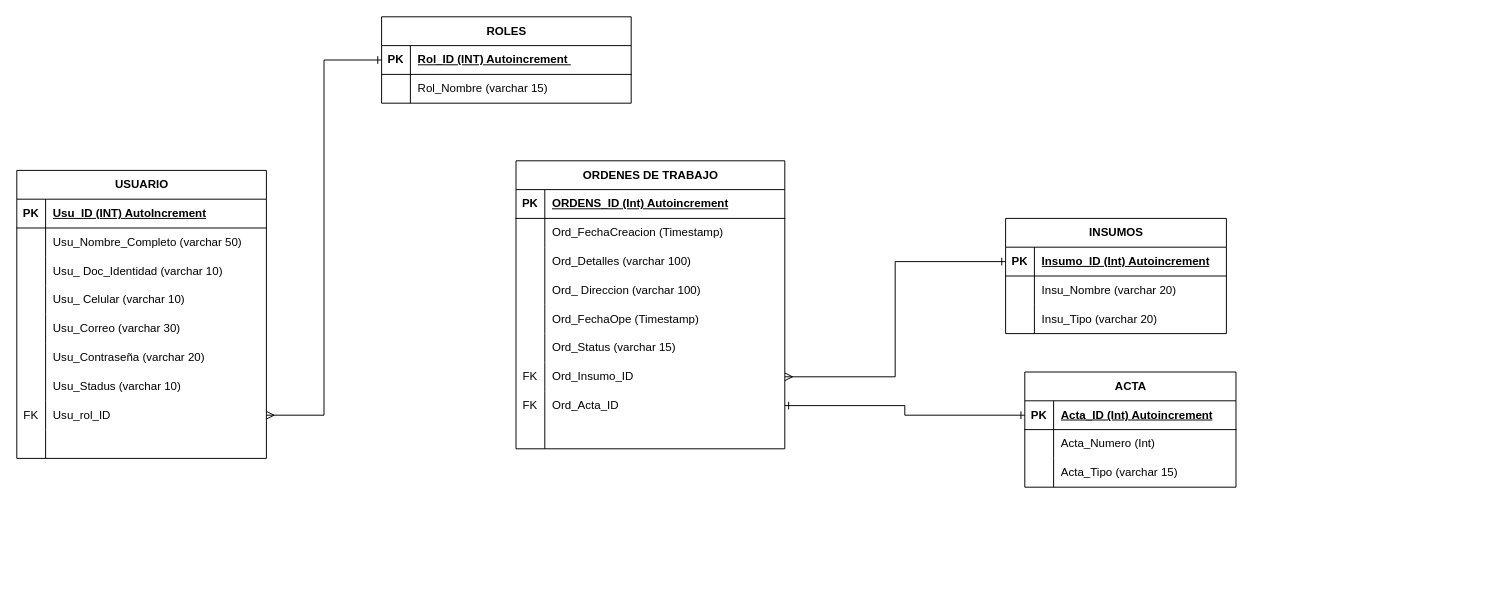
Above: MODELO FISICO BASE DE DATOS.drawio in Jottapar/Curso (draw.io), before the change. Source tidied: cells renumbered, new cells numbered last; positions are measured from the earlier drawing's top-left corner, leaving out a move shared by most shapes. Both pictures are drawn from the tidied source at 96%, with x=0, y=0 at pixel (16, 16).
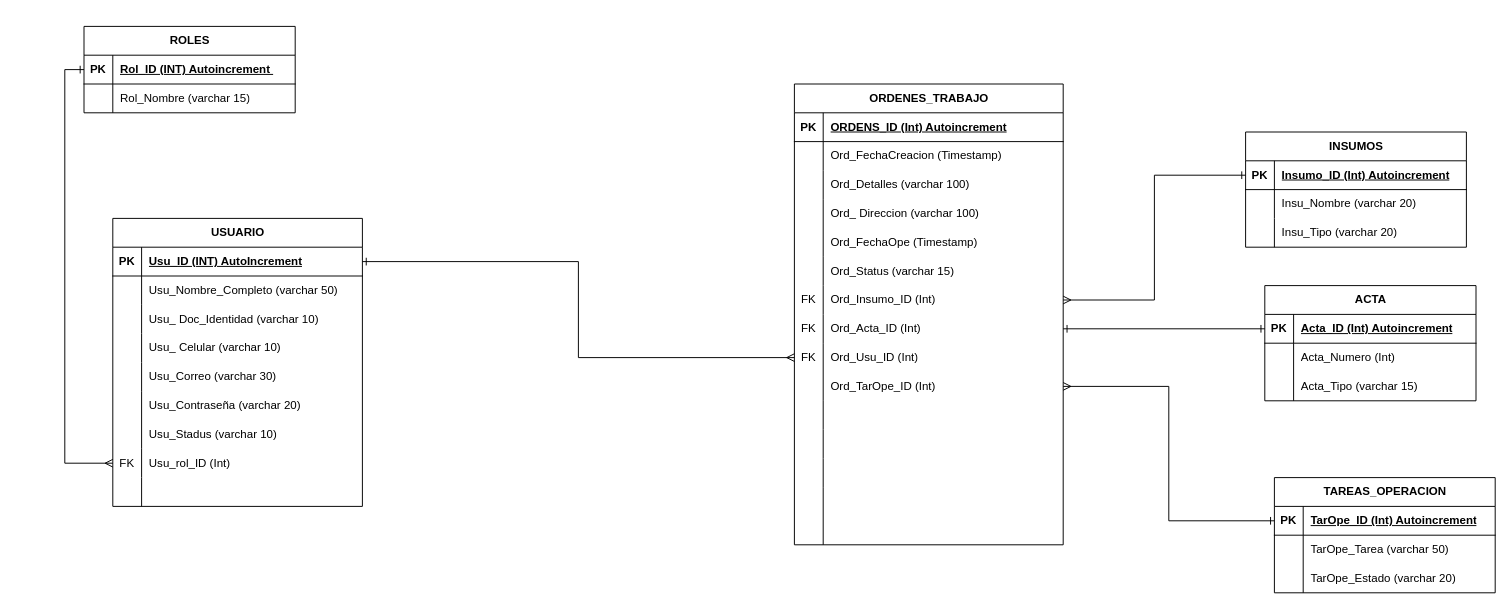
After the change.

The change refers to these unchanged cells:
```xml
<mxCell id="3" style="shape=tableRow;horizontal=0;startSize=0;swimlaneHead=0;swimlaneBody=0;fillColor=none;points=[[0,0.5],[1,0.5]];portConstraint=eastwest;top=0;left=0;right=0;bottom=1;" parent="2" vertex="1">
  <mxGeometry y="30" width="260" height="30" as="geometry" />
</mxCell>
<mxCell id="24" style="shape=tableRow;horizontal=0;startSize=0;swimlaneHead=0;swimlaneBody=0;fillColor=none;points=[[0,0.5],[1,0.5]];portConstraint=eastwest;top=0;left=0;right=0;bottom=0;" parent="2" vertex="1">
  <mxGeometry y="240" width="260" height="30" as="geometry" />
</mxCell>
<mxCell id="57" style="shape=tableRow;horizontal=0;startSize=0;swimlaneHead=0;swimlaneBody=0;fillColor=none;points=[[0,0.5],[1,0.5]];portConstraint=eastwest;top=0;left=0;right=0;bottom=0;" parent="38" vertex="1">
  <mxGeometry y="210" width="280" height="30" as="geometry" />
</mxCell>
<mxCell id="60" style="shape=tableRow;horizontal=0;startSize=0;swimlaneHead=0;swimlaneBody=0;fillColor=none;points=[[0,0.5],[1,0.5]];portConstraint=eastwest;top=0;left=0;right=0;bottom=0;" parent="38" vertex="1">
  <mxGeometry y="240" width="280" height="30" as="geometry" />
</mxCell>
<mxCell id="63" style="shape=tableRow;horizontal=0;startSize=0;swimlaneHead=0;swimlaneBody=0;fillColor=none;points=[[0,0.5],[1,0.5]];portConstraint=eastwest;top=0;left=0;right=0;bottom=0;" parent="38" vertex="1">
  <mxGeometry y="270" width="280" height="30" as="geometry" />
</mxCell>
```

What changed in the source:
```diff
@@
     <mxCell id="2" value="USUARIO" style="shape=table;startSize=30;childLayout=tableLayout;rowLines=0;fontStyle=1;align=center;html=1;" parent="1" vertex="1">
-      <mxGeometry y="160" width="260" height="300" as="geometry" />
+      <mxGeometry x="100" y="210" width="260" height="300" as="geometry" />
     </mxCell>
@@
-    <mxCell id="26" value="Usu_rol_ID" style="shape=partialRectangle;fillColor=none;top=0;left=0;bottom=0;right=0;align=left;spacingLeft=6;overflow=hidden;whiteSpace=wrap;html=1;" parent="24" vertex="1">
+    <mxCell id="26" value="Usu_rol_ID (Int)" style="shape=partialRectangle;fillColor=none;top=0;left=0;bottom=0;right=0;align=left;spacingLeft=6;overflow=hidden;whiteSpace=wrap;html=1;" parent="24" vertex="1">
       <mxGeometry x="30" width="230" height="30" as="geometry" />
     </mxCell>
@@
     <mxCell id="30" value="ROLES" style="shape=table;startSize=30;childLayout=tableLayout;rowLines=0;fontStyle=1;align=center;html=1;" parent="1" vertex="1">
-      <mxGeometry x="380" width="260" height="90" as="geometry" />
+      <mxGeometry x="70" y="10" width="220" height="90" as="geometry" />
     </mxCell>
     <mxCell id="31" style="shape=tableRow;horizontal=0;startSize=0;swimlaneHead=0;swimlaneBody=0;fillColor=none;points=[[0,0.5],[1,0.5]];portConstraint=eastwest;top=0;left=0;right=0;bottom=1;" parent="30" vertex="1">
-      <mxGeometry y="30" width="260" height="30" as="geometry" />
+      <mxGeometry y="30" width="220" height="30" as="geometry" />
     </mxCell>
@@
     <mxCell id="33" value="Rol_ID (INT) Autoincrement&amp;nbsp;" style="shape=partialRectangle;fillColor=none;top=0;left=0;bottom=0;right=0;align=left;spacingLeft=6;fontStyle=5;overflow=hidden;whiteSpace=wrap;html=1;" parent="31" vertex="1">
-      <mxGeometry x="30" width="230" height="30" as="geometry" />
+      <mxGeometry x="30" width="190" height="30" as="geometry" />
     </mxCell>
     <mxCell id="34" style="shape=tableRow;horizontal=0;startSize=0;swimlaneHead=0;swimlaneBody=0;fillColor=none;top=0;left=0;right=0;bottom=0;" parent="30" vertex="1">
-      <mxGeometry y="60" width="260" height="30" as="geometry" />
+      <mxGeometry y="60" width="220" height="30" as="geometry" />
     </mxCell>
@@
     <mxCell id="36" value="Rol_Nombre (varchar 15)" style="shape=partialRectangle;fillColor=none;top=0;left=0;bottom=0;right=0;align=left;spacingLeft=6;overflow=hidden;whiteSpace=wrap;html=1;" parent="34" vertex="1">
-      <mxGeometry x="30" width="230" height="30" as="geometry" />
+      <mxGeometry x="30" width="190" height="30" as="geometry" />
     </mxCell>
-    <mxCell id="37" style="edgeStyle=orthogonalEdgeStyle;rounded=0;jettySize=auto;html=1;entryX=0;entryY=0.5;entryDx=0;entryDy=0;endArrow=ERone;endFill=0;startArrow=ERmany;startFill=0;" parent="1" edge="1" source="24" target="31">
+    <mxCell id="37" style="edgeStyle=orthogonalEdgeStyle;rounded=0;jettySize=auto;html=1;entryX=0;entryY=0.5;entryDx=0;entryDy=0;endArrow=ERone;endFill=0;startArrow=ERmany;startFill=0;exitX=0;exitY=0.5;exitDx=0;exitDy=0;" parent="1" edge="1" source="24" target="31">
       <mxGeometry relative="1" as="geometry" />
     </mxCell>
-    <mxCell id="38" value="ORDENES DE TRABAJO" style="shape=table;startSize=30;childLayout=tableLayout;rowLines=0;fontStyle=1;align=center;html=1;" parent="1" vertex="1">
-      <mxGeometry x="520" y="150" width="280" height="300" as="geometry" />
+    <mxCell id="38" value="ORDENES_TRABAJO" style="shape=table;startSize=30;childLayout=tableLayout;rowLines=0;fontStyle=1;align=center;html=1;" parent="1" vertex="1">
+      <mxGeometry x="810" y="70" width="280" height="480" as="geometry" />
     </mxCell>
@@
-    <mxCell id="59" value="Ord_Insumo_ID" style="shape=partialRectangle;fillColor=none;top=0;left=0;bottom=0;right=0;align=left;spacingLeft=6;overflow=hidden;whiteSpace=wrap;html=1;" parent="57" vertex="1">
+    <mxCell id="59" value="Ord_Insumo_ID (Int)" style="shape=partialRectangle;fillColor=none;top=0;left=0;bottom=0;right=0;align=left;spacingLeft=6;overflow=hidden;whiteSpace=wrap;html=1;" parent="57" vertex="1">
       <mxGeometry x="30" width="250" height="30" as="geometry" />
     </mxCell>
@@
-    <mxCell id="62" value="Ord_Acta_ID" style="shape=partialRectangle;fillColor=none;top=0;left=0;bottom=0;right=0;align=left;spacingLeft=6;overflow=hidden;whiteSpace=wrap;html=1;" parent="60" vertex="1">
+    <mxCell id="62" value="Ord_Acta_ID (Int)" style="shape=partialRectangle;fillColor=none;top=0;left=0;bottom=0;right=0;align=left;spacingLeft=6;overflow=hidden;whiteSpace=wrap;html=1;" parent="60" vertex="1">
       <mxGeometry x="30" width="250" height="30" as="geometry" />
     </mxCell>
@@
-    <mxCell id="64" style="shape=partialRectangle;fillColor=none;top=0;left=0;bottom=0;right=0;overflow=hidden;whiteSpace=wrap;html=1;" parent="63" vertex="1">
+    <mxCell id="64" value="FK" style="shape=partialRectangle;fillColor=none;top=0;left=0;bottom=0;right=0;overflow=hidden;whiteSpace=wrap;html=1;" parent="63" vertex="1">
       <mxGeometry width="30" height="30" as="geometry" />
     </mxCell>
-    <mxCell id="65" style="shape=partialRectangle;fillColor=none;top=0;left=0;bottom=0;right=0;align=left;spacingLeft=6;overflow=hidden;whiteSpace=wrap;html=1;" parent="63" vertex="1">
+    <mxCell id="65" value="Ord_Usu_ID (Int)" style="shape=partialRectangle;fillColor=none;top=0;left=0;bottom=0;right=0;align=left;spacingLeft=6;overflow=hidden;whiteSpace=wrap;html=1;" parent="63" vertex="1">
       <mxGeometry x="30" width="250" height="30" as="geometry" />
     </mxCell>
+    <mxCell id="88" style="shape=tableRow;horizontal=0;startSize=0;swimlaneHead=0;swimlaneBody=0;fillColor=none;points=[[0,0.5],[1,0.5]];portConstraint=eastwest;top=0;left=0;right=0;bottom=0;" parent="38" vertex="1">
+      <mxGeometry y="300" width="280" height="30" as="geometry" />
+    </mxCell>
+    <mxCell id="89" style="shape=partialRectangle;fillColor=none;top=0;left=0;bottom=0;right=0;overflow=hidden;whiteSpace=wrap;html=1;" parent="88" vertex="1">
+      <mxGeometry width="30" height="30" as="geometry" />
+    </mxCell>
+    <mxCell id="90" value="Ord_TarOpe_ID (Int)" style="shape=partialRectangle;fillColor=none;top=0;left=0;bottom=0;right=0;align=left;spacingLeft=6;overflow=hidden;whiteSpace=wrap;html=1;" parent="88" vertex="1">
+      <mxGeometry x="30" width="250" height="30" as="geometry" />
+    </mxCell>
+    <mxCell id="91" style="shape=tableRow;horizontal=0;startSize=0;swimlaneHead=0;swimlaneBody=0;fillColor=none;top=0;left=0;right=0;bottom=0;" parent="38" vertex="1">
+      <mxGeometry y="330" width="280" height="30" as="geometry" />
+    </mxCell>
+    <mxCell id="92" style="shape=partialRectangle;fillColor=none;top=0;left=0;bottom=0;right=0;overflow=hidden;whiteSpace=wrap;html=1;" parent="91" vertex="1">
+      <mxGeometry width="30" height="30" as="geometry" />
+    </mxCell>
+    <mxCell id="93" style="shape=partialRectangle;fillColor=none;top=0;left=0;bottom=0;right=0;align=left;spacingLeft=6;overflow=hidden;whiteSpace=wrap;html=1;" parent="91" vertex="1">
+      <mxGeometry x="30" width="250" height="30" as="geometry" />
+    </mxCell>
+    <mxCell id="94" style="shape=tableRow;horizontal=0;startSize=0;swimlaneHead=0;swimlaneBody=0;fillColor=none;top=0;left=0;right=0;bottom=0;" parent="38" vertex="1">
+      <mxGeometry y="360" width="280" height="30" as="geometry" />
+    </mxCell>
+    <mxCell id="95" style="shape=partialRectangle;fillColor=none;top=0;left=0;bottom=0;right=0;overflow=hidden;whiteSpace=wrap;html=1;" parent="94" vertex="1">
+      <mxGeometry width="30" height="30" as="geometry" />
+    </mxCell>
+    <mxCell id="96" style="shape=partialRectangle;fillColor=none;top=0;left=0;bottom=0;right=0;align=left;spacingLeft=6;overflow=hidden;whiteSpace=wrap;html=1;" parent="94" vertex="1">
+      <mxGeometry x="30" width="250" height="30" as="geometry" />
+    </mxCell>
+    <mxCell id="97" style="shape=tableRow;horizontal=0;startSize=0;swimlaneHead=0;swimlaneBody=0;fillColor=none;top=0;left=0;right=0;bottom=0;" parent="38" vertex="1">
+      <mxGeometry y="390" width="280" height="30" as="geometry" />
+    </mxCell>
+    <mxCell id="98" style="shape=partialRectangle;fillColor=none;top=0;left=0;bottom=0;right=0;overflow=hidden;whiteSpace=wrap;html=1;" parent="97" vertex="1">
+      <mxGeometry width="30" height="30" as="geometry" />
+    </mxCell>
+    <mxCell id="99" style="shape=partialRectangle;fillColor=none;top=0;left=0;bottom=0;right=0;align=left;spacingLeft=6;overflow=hidden;whiteSpace=wrap;html=1;" parent="97" vertex="1">
+      <mxGeometry x="30" width="250" height="30" as="geometry" />
+    </mxCell>
+    <mxCell id="100" style="shape=tableRow;horizontal=0;startSize=0;swimlaneHead=0;swimlaneBody=0;fillColor=none;top=0;left=0;right=0;bottom=0;" parent="38" vertex="1">
+      <mxGeometry y="420" width="280" height="30" as="geometry" />
+    </mxCell>
+    <mxCell id="101" style="shape=partialRectangle;fillColor=none;top=0;left=0;bottom=0;right=0;overflow=hidden;whiteSpace=wrap;html=1;" parent="100" vertex="1">
+      <mxGeometry width="30" height="30" as="geometry" />
+    </mxCell>
+    <mxCell id="102" style="shape=partialRectangle;fillColor=none;top=0;left=0;bottom=0;right=0;align=left;spacingLeft=6;overflow=hidden;whiteSpace=wrap;html=1;" parent="100" vertex="1">
+      <mxGeometry x="30" width="250" height="30" as="geometry" />
+    </mxCell>
+    <mxCell id="103" style="shape=tableRow;horizontal=0;startSize=0;swimlaneHead=0;swimlaneBody=0;fillColor=none;top=0;left=0;right=0;bottom=0;" parent="38" vertex="1">
+      <mxGeometry y="450" width="280" height="30" as="geometry" />
+    </mxCell>
+    <mxCell id="104" style="shape=partialRectangle;fillColor=none;top=0;left=0;bottom=0;right=0;overflow=hidden;whiteSpace=wrap;html=1;" parent="103" vertex="1">
+      <mxGeometry width="30" height="30" as="geometry" />
+    </mxCell>
+    <mxCell id="105" style="shape=partialRectangle;fillColor=none;top=0;left=0;bottom=0;right=0;align=left;spacingLeft=6;overflow=hidden;whiteSpace=wrap;html=1;" parent="103" vertex="1">
+      <mxGeometry x="30" width="250" height="30" as="geometry" />
+    </mxCell>
     <mxCell id="66" value="INSUMOS" style="shape=table;startSize=30;childLayout=tableLayout;rowLines=0;fontStyle=1;align=center;html=1;" parent="1" vertex="1">
-      <mxGeometry x="1030" y="210" width="230" height="120" as="geometry" />
+      <mxGeometry x="1280" y="120" width="230" height="120" as="geometry" />
     </mxCell>
@@
     <mxCell id="76" value="ACTA" style="shape=table;startSize=30;childLayout=tableLayout;rowLines=0;fontStyle=1;align=center;html=1;" parent="1" vertex="1">
-      <mxGeometry x="1050" y="370" width="220" height="120" as="geometry" />
+      <mxGeometry x="1300" y="280" width="220" height="120" as="geometry" />
     </mxCell>
@@
+    <mxCell id="106" style="edgeStyle=orthogonalEdgeStyle;rounded=0;jettySize=auto;html=1;entryX=0;entryY=0.5;entryDx=0;entryDy=0;startArrow=ERone;startFill=0;endArrow=ERmany;endFill=0;" parent="1" edge="1" source="3" target="63">
+      <mxGeometry relative="1" as="geometry" />
+    </mxCell>
+    <mxCell id="107" value="TAREAS_OPERACION" style="shape=table;startSize=30;childLayout=tableLayout;rowLines=0;fontStyle=1;align=center;html=1;" parent="1" vertex="1">
+      <mxGeometry x="1310" y="480" width="230" height="120" as="geometry" />
+    </mxCell>
+    <mxCell id="108" style="shape=tableRow;horizontal=0;startSize=0;swimlaneHead=0;swimlaneBody=0;fillColor=none;points=[[0,0.5],[1,0.5]];portConstraint=eastwest;top=0;left=0;right=0;bottom=1;" parent="107" vertex="1">
+      <mxGeometry y="30" width="230" height="30" as="geometry" />
+    </mxCell>
+    <mxCell id="109" value="PK" style="shape=partialRectangle;fillColor=none;top=0;left=0;bottom=0;right=0;fontStyle=1;overflow=hidden;whiteSpace=wrap;html=1;" parent="108" vertex="1">
+      <mxGeometry width="30" height="30" as="geometry" />
+    </mxCell>
+    <mxCell id="110" value="TarOpe_ID (Int) Autoincrement" style="shape=partialRectangle;fillColor=none;top=0;left=0;bottom=0;right=0;align=left;spacingLeft=6;fontStyle=5;overflow=hidden;whiteSpace=wrap;html=1;" parent="108" vertex="1">
+      <mxGeometry x="30" width="200" height="30" as="geometry" />
+    </mxCell>
+    <mxCell id="111" style="shape=tableRow;horizontal=0;startSize=0;swimlaneHead=0;swimlaneBody=0;fillColor=none;top=0;left=0;right=0;bottom=0;" parent="107" vertex="1">
+      <mxGeometry y="60" width="230" height="30" as="geometry" />
+    </mxCell>
+    <mxCell id="112" style="shape=partialRectangle;fillColor=none;top=0;left=0;bottom=0;right=0;overflow=hidden;whiteSpace=wrap;html=1;" parent="111" vertex="1">
+      <mxGeometry width="30" height="30" as="geometry" />
+    </mxCell>
+    <mxCell id="113" value="TarOpe_Tarea (varchar 50)" style="shape=partialRectangle;fillColor=none;top=0;left=0;bottom=0;right=0;align=left;spacingLeft=6;overflow=hidden;whiteSpace=wrap;html=1;" parent="111" vertex="1">
+      <mxGeometry x="30" width="200" height="30" as="geometry" />
+    </mxCell>
+    <mxCell id="114" style="shape=tableRow;horizontal=0;startSize=0;swimlaneHead=0;swimlaneBody=0;fillColor=none;top=0;left=0;right=0;bottom=0;" parent="107" vertex="1">
+      <mxGeometry y="90" width="230" height="30" as="geometry" />
+    </mxCell>
+    <mxCell id="115" style="shape=partialRectangle;fillColor=none;top=0;left=0;bottom=0;right=0;overflow=hidden;whiteSpace=wrap;html=1;" parent="114" vertex="1">
+      <mxGeometry width="30" height="30" as="geometry" />
+    </mxCell>
+    <mxCell id="116" value="TarOpe_Estado (varchar 20)" style="shape=partialRectangle;fillColor=none;top=0;left=0;bottom=0;right=0;align=left;spacingLeft=6;overflow=hidden;whiteSpace=wrap;html=1;" parent="114" vertex="1">
+      <mxGeometry x="30" width="200" height="30" as="geometry" />
+    </mxCell>
+    <mxCell id="117" style="edgeStyle=orthogonalEdgeStyle;rounded=0;jettySize=auto;html=1;entryX=0;entryY=0.5;entryDx=0;entryDy=0;endArrow=ERone;endFill=0;startArrow=ERmany;startFill=0;" parent="1" edge="1" source="88" target="108">
+      <mxGeometry relative="1" as="geometry" />
+    </mxCell>
```
